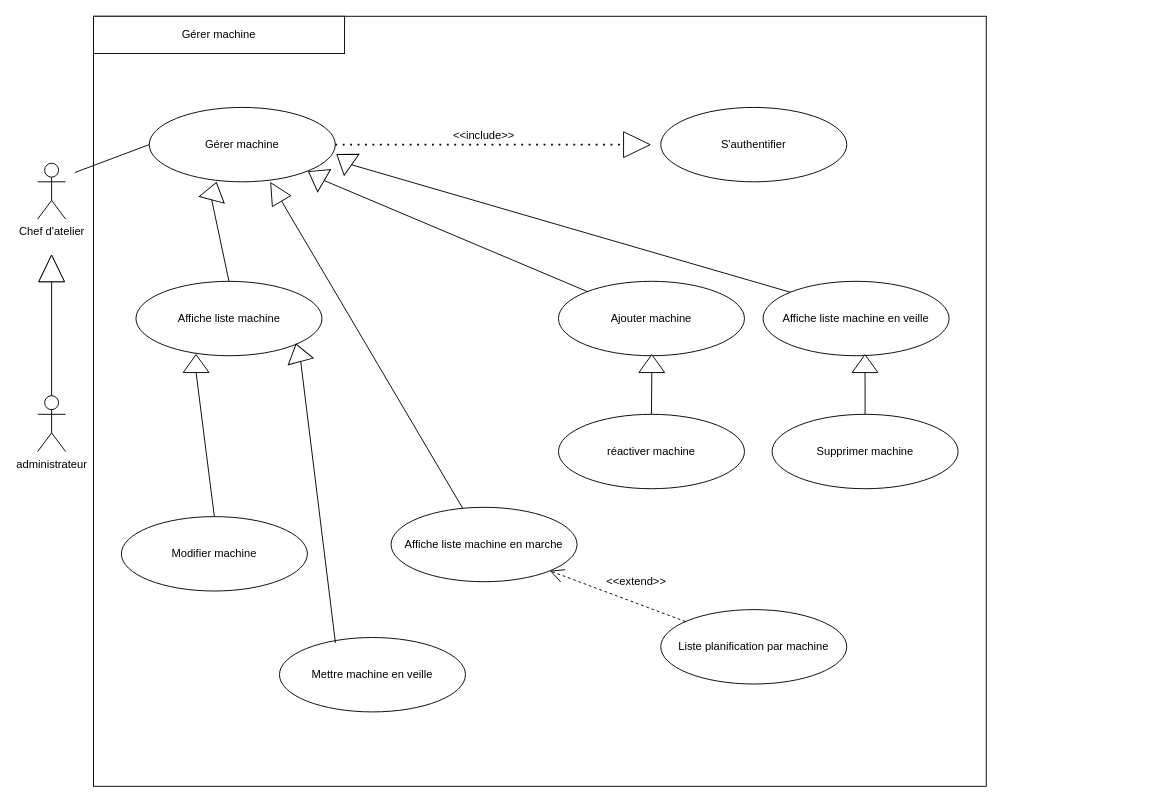
The draw.io diagram GererMachine.drawio in AbdelazizBs/GPAO-SpringApp, before the edit. Source tidied: cells renumbered, new cells numbered last; positions are measured from the earlier drawing's top-left corner, leaving out a move shared by most shapes. Both pictures are drawn from the tidied source at 93%, with x=0, y=0 at pixel (37, 16).
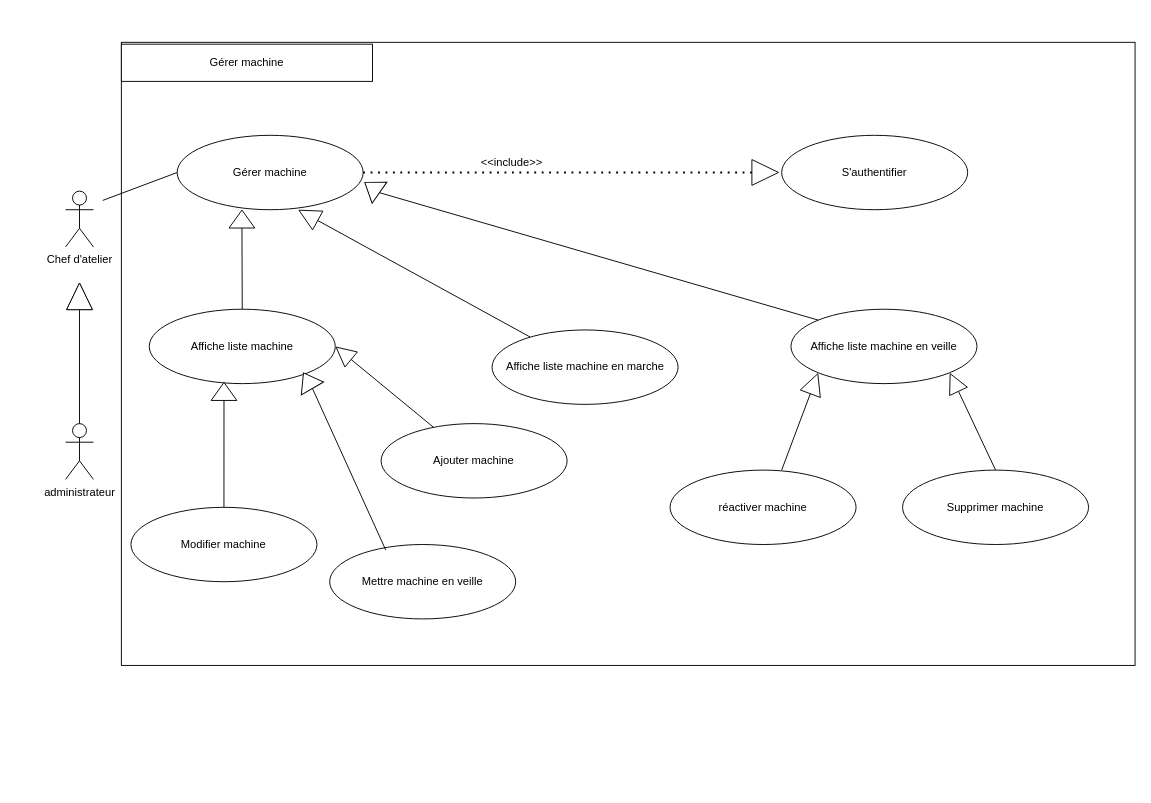
The same page after the edit.

Commit message:
Mettre à jour GererMachine.drawio

Change to the diagram source:
```diff
@@
     <mxCell id="2" style="rounded=0;whiteSpace=wrap;html=1;" parent="1" vertex="1">
-      <mxGeometry x="60" width="960" height="828" as="geometry" />
+      <mxGeometry x="90" y="28" width="1090" height="670" as="geometry" />
     </mxCell>
     <mxCell id="3" value="Chef d'atelier" style="shape=umlActor;verticalLabelPosition=bottom;verticalAlign=top;html=1;" parent="1" vertex="1">
-      <mxGeometry y="158" width="30" height="60" as="geometry" />
+      <mxGeometry x="30" y="188" width="30" height="60" as="geometry" />
     </mxCell>
     <mxCell id="4" value="administrateur" style="shape=umlActor;verticalLabelPosition=bottom;verticalAlign=top;html=1;outlineConnect=0;" parent="1" vertex="1">
-      <mxGeometry y="408" width="30" height="60" as="geometry" />
+      <mxGeometry x="30" y="438" width="30" height="60" as="geometry" />
     </mxCell>
     <mxCell id="5" value="Gérer machine" style="ellipse;whiteSpace=wrap;html=1;" parent="1" vertex="1">
-      <mxGeometry x="120" y="98" width="200" height="80" as="geometry" />
+      <mxGeometry x="150" y="128" width="200" height="80" as="geometry" />
     </mxCell>
-    <mxCell id="6" style="endArrow=none;html=1;rounded=0;entryX=0;entryY=0.5;entryDx=0;entryDy=0;" parent="1" edge="1" target="5">
-      <mxGeometry relative="1" as="geometry">
-        <mxPoint x="40" y="168" as="sourcePoint" />
-      </mxGeometry>
-    </mxCell>
+    <mxCell id="41" style="endArrow=none;html=1;rounded=0;entryX=0;entryY=0.5;entryDx=0;entryDy=0;" parent="1" edge="1" target="5">
+      <mxGeometry relative="1" as="geometry">
+        <mxPoint x="70" y="198" as="sourcePoint" />
+      </mxGeometry>
+    </mxCell>
     <mxCell id="7" value="S'authentifier" style="ellipse;whiteSpace=wrap;html=1;" parent="1" vertex="1">
-      <mxGeometry x="670" y="98" width="200" height="80" as="geometry" />
+      <mxGeometry x="800" y="128" width="200" height="80" as="geometry" />
     </mxCell>
+    <mxCell id="42" style="rounded=0;jettySize=auto;html=1;entryX=1;entryY=0.5;entryDx=0;entryDy=0;endArrow=block;endFill=0;endSize=20;" parent="1" edge="1" source="8" target="9">
+      <mxGeometry relative="1" as="geometry" />
+    </mxCell>
     <mxCell id="8" value="Ajouter machine" style="ellipse;whiteSpace=wrap;html=1;" parent="1" vertex="1">
-      <mxGeometry x="560" y="285" width="200" height="80" as="geometry" />
+      <mxGeometry x="369.3" y="438" width="200" height="80" as="geometry" />
     </mxCell>
     <mxCell id="9" value="Affiche liste machine" style="ellipse;whiteSpace=wrap;html=1;" parent="1" vertex="1">
-      <mxGeometry x="105.7" y="285" width="200" height="80" as="geometry" />
+      <mxGeometry x="120" y="315" width="200" height="80" as="geometry" />
     </mxCell>
-    <mxCell id="10" style="triangle;whiteSpace=wrap;html=1;rotation=-90;" parent="1" vertex="1">
-      <mxGeometry x="0.7" y="257.3" width="28.6" height="27.7" as="geometry" />
-    </mxCell>
-    <mxCell id="11" style="endArrow=none;html=1;rounded=0;exitX=0.5;exitY=0;exitDx=0;exitDy=0;exitPerimeter=0;entryX=0;entryY=0.5;entryDx=0;entryDy=0;" parent="1" edge="1" source="4" target="10">
-      <mxGeometry relative="1" as="geometry" />
-    </mxCell>
-    <mxCell id="12" style="triangle;whiteSpace=wrap;html=1;rotation=-90;" parent="1" vertex="1">
-      <mxGeometry x="0.7" y="257.3" width="28.6" height="27.7" as="geometry" />
-    </mxCell>
-    <mxCell id="13" style="triangle;whiteSpace=wrap;html=1;rotation=-75;" parent="1" vertex="1">
-      <mxGeometry x="180" y="174.2" width="19.3" height="27.7" as="geometry" />
-    </mxCell>
-    <mxCell id="14" style="triangle;whiteSpace=wrap;html=1;rotation=-145;" parent="1" vertex="1">
-      <mxGeometry x="320" y="140.3" width="19.3" height="27.7" as="geometry" />
-    </mxCell>
-    <mxCell id="15" style="endArrow=none;html=1;rounded=0;exitX=0.5;exitY=0;exitDx=0;exitDy=0;entryX=0;entryY=0.5;entryDx=0;entryDy=0;" parent="1" edge="1" source="9" target="13">
-      <mxGeometry relative="1" as="geometry" />
-    </mxCell>
-    <mxCell id="16" style="endArrow=none;html=1;rounded=0;entryX=0.303;entryY=0.476;entryDx=0;entryDy=0;entryPerimeter=0;" parent="1" edge="1" source="8" target="30">
-      <mxGeometry relative="1" as="geometry" />
-    </mxCell>
+    <mxCell id="43" style="triangle;whiteSpace=wrap;html=1;rotation=-90;" parent="1" vertex="1">
+      <mxGeometry x="30.7" y="287.3" width="28.6" height="27.7" as="geometry" />
+    </mxCell>
+    <mxCell id="44" style="endArrow=none;html=1;rounded=0;exitX=0.5;exitY=0;exitDx=0;exitDy=0;exitPerimeter=0;entryX=0;entryY=0.5;entryDx=0;entryDy=0;" parent="1" edge="1" source="4" target="43">
+      <mxGeometry relative="1" as="geometry" />
+    </mxCell>
+    <mxCell id="45" style="triangle;whiteSpace=wrap;html=1;rotation=-90;" parent="1" vertex="1">
+      <mxGeometry x="30.7" y="287.3" width="28.6" height="27.7" as="geometry" />
+    </mxCell>
+    <mxCell id="46" style="triangle;whiteSpace=wrap;html=1;rotation=-90;" parent="1" vertex="1">
+      <mxGeometry x="210" y="204.2" width="19.3" height="27.7" as="geometry" />
+    </mxCell>
+    <mxCell id="47" style="triangle;whiteSpace=wrap;html=1;rotation=-145;" parent="1" vertex="1">
+      <mxGeometry x="350" y="170.3" width="19.3" height="27.7" as="geometry" />
+    </mxCell>
+    <mxCell id="48" style="endArrow=none;html=1;rounded=0;exitX=0.5;exitY=0;exitDx=0;exitDy=0;entryX=0;entryY=0.5;entryDx=0;entryDy=0;" parent="1" edge="1" source="9" target="46">
+      <mxGeometry relative="1" as="geometry" />
+    </mxCell>
     <mxCell id="17" value="Mettre machine en veille" style="ellipse;whiteSpace=wrap;html=1;" parent="1" vertex="1">
-      <mxGeometry x="260" y="668" width="200" height="80" as="geometry" />
+      <mxGeometry x="314" y="568" width="200" height="80" as="geometry" />
     </mxCell>
     <mxCell id="18" value="Modifier machine" style="ellipse;whiteSpace=wrap;html=1;" parent="1" vertex="1">
-      <mxGeometry x="90" y="538" width="200" height="80" as="geometry" />
+      <mxGeometry x="100.3" y="528" width="200" height="80" as="geometry" />
     </mxCell>
-    <mxCell id="19" style="endArrow=none;dashed=1;html=1;dashPattern=1 3;strokeWidth=2;rounded=0;exitX=1;exitY=0.5;exitDx=0;exitDy=0;entryX=0;entryY=0.5;entryDx=0;entryDy=0;" parent="1" edge="1" source="5" target="20">
-      <mxGeometry relative="1" as="geometry" />
-    </mxCell>
-    <mxCell id="20" style="triangle;whiteSpace=wrap;html=1;rotation=0;" parent="1" vertex="1">
-      <mxGeometry x="630" y="124.2" width="28.6" height="27.7" as="geometry" />
-    </mxCell>
+    <mxCell id="49" style="endArrow=none;dashed=1;html=1;dashPattern=1 3;strokeWidth=2;rounded=0;exitX=1;exitY=0.5;exitDx=0;exitDy=0;entryX=0;entryY=0.5;entryDx=0;entryDy=0;" parent="1" edge="1" source="5" target="50">
+      <mxGeometry relative="1" as="geometry" />
+    </mxCell>
+    <mxCell id="50" style="triangle;whiteSpace=wrap;html=1;rotation=0;" parent="1" vertex="1">
+      <mxGeometry x="768" y="154.1" width="28.6" height="27.7" as="geometry" />
+    </mxCell>
     <mxCell id="21" value="&amp;lt;&amp;lt;include&amp;gt;&amp;gt;" style="text;html=1;strokeColor=none;fillColor=none;align=center;verticalAlign=middle;whiteSpace=wrap;rounded=0;" parent="1" vertex="1">
-      <mxGeometry x="460" y="118" width="40" height="20" as="geometry" />
+      <mxGeometry x="490" y="148" width="40" height="20" as="geometry" />
     </mxCell>
-    <mxCell id="22" style="triangle;whiteSpace=wrap;html=1;rotation=-105;" parent="1" vertex="1">
-      <mxGeometry x="270.7" y="348" width="19.3" height="27.7" as="geometry" />
-    </mxCell>
-    <mxCell id="23" style="triangle;whiteSpace=wrap;html=1;rotation=-90;" parent="1" vertex="1">
-      <mxGeometry x="160.7" y="359.6" width="19.3" height="27.7" as="geometry" />
-    </mxCell>
-    <mxCell id="24" style="endArrow=none;html=1;rounded=0;entryX=0;entryY=0.5;entryDx=0;entryDy=0;exitX=0.301;exitY=0.072;exitDx=0;exitDy=0;exitPerimeter=0;" parent="1" edge="1" source="17" target="22">
-      <mxGeometry relative="1" as="geometry" />
-    </mxCell>
-    <mxCell id="25" style="endArrow=none;html=1;rounded=0;entryX=0;entryY=0.5;entryDx=0;entryDy=0;exitX=0.5;exitY=0;exitDx=0;exitDy=0;" parent="1" edge="1" source="18" target="23">
-      <mxGeometry relative="1" as="geometry" />
-    </mxCell>
+    <mxCell id="51" style="triangle;whiteSpace=wrap;html=1;rotation=-120;" parent="1" vertex="1">
+      <mxGeometry x="281" y="378" width="19.3" height="27.7" as="geometry" />
+    </mxCell>
+    <mxCell id="52" style="triangle;whiteSpace=wrap;html=1;rotation=-90;" parent="1" vertex="1">
+      <mxGeometry x="190.7" y="389.6" width="19.3" height="27.7" as="geometry" />
+    </mxCell>
+    <mxCell id="53" style="endArrow=none;html=1;rounded=0;entryX=0;entryY=0.5;entryDx=0;entryDy=0;exitX=0.301;exitY=0.072;exitDx=0;exitDy=0;exitPerimeter=0;" parent="1" edge="1" source="17" target="51">
+      <mxGeometry relative="1" as="geometry" />
+    </mxCell>
+    <mxCell id="54" style="endArrow=none;html=1;rounded=0;entryX=0;entryY=0.5;entryDx=0;entryDy=0;exitX=0.5;exitY=0;exitDx=0;exitDy=0;" parent="1" edge="1" source="18" target="52">
+      <mxGeometry relative="1" as="geometry" />
+    </mxCell>
     <mxCell id="26" value="Gérer machine" style="rounded=0;whiteSpace=wrap;html=1;" parent="1" vertex="1">
-      <mxGeometry x="60" width="270" height="40" as="geometry" />
+      <mxGeometry x="90" y="30" width="270" height="40" as="geometry" />
     </mxCell>
     <mxCell id="27" value="Affiche liste machine en veille" style="ellipse;whiteSpace=wrap;html=1;" parent="1" vertex="1">
-      <mxGeometry x="780" y="285" width="200" height="80" as="geometry" />
+      <mxGeometry x="810" y="315" width="200" height="80" as="geometry" />
     </mxCell>
     <mxCell id="28" value="réactiver machine" style="ellipse;whiteSpace=wrap;html=1;" parent="1" vertex="1">
-      <mxGeometry x="560" y="428" width="200" height="80" as="geometry" />
+      <mxGeometry x="680" y="488" width="200" height="80" as="geometry" />
     </mxCell>
-    <mxCell id="29" style="endArrow=none;html=1;rounded=0;entryX=0;entryY=0.5;entryDx=0;entryDy=0;exitX=0;exitY=0;exitDx=0;exitDy=0;" parent="1" edge="1" source="27" target="14">
-      <mxGeometry relative="1" as="geometry" />
-    </mxCell>
-    <mxCell id="30" style="triangle;whiteSpace=wrap;html=1;rotation=-150;" parent="1" vertex="1">
-      <mxGeometry x="290" y="158" width="19.3" height="27.7" as="geometry" />
-    </mxCell>
+    <mxCell id="55" style="endArrow=none;html=1;rounded=0;entryX=0;entryY=0.5;entryDx=0;entryDy=0;exitX=0;exitY=0;exitDx=0;exitDy=0;" parent="1" edge="1" source="27" target="47">
+      <mxGeometry relative="1" as="geometry" />
+    </mxCell>
     <mxCell id="31" value="Supprimer machine" style="ellipse;whiteSpace=wrap;html=1;" parent="1" vertex="1">
-      <mxGeometry x="789.7" y="428" width="200" height="80" as="geometry" />
+      <mxGeometry x="930" y="488" width="200" height="80" as="geometry" />
     </mxCell>
-    <mxCell id="32" style="endArrow=none;html=1;rounded=0;exitX=0;exitY=0.5;exitDx=0;exitDy=0;entryX=0.5;entryY=0;entryDx=0;entryDy=0;" parent="1" edge="1" source="33" target="28">
-      <mxGeometry relative="1" as="geometry" />
-    </mxCell>
-    <mxCell id="33" style="triangle;whiteSpace=wrap;html=1;rotation=-90;" parent="1" vertex="1">
-      <mxGeometry x="650.7" y="359.6" width="19.3" height="27.7" as="geometry" />
-    </mxCell>
-    <mxCell id="34" style="endArrow=none;html=1;rounded=0;entryX=0.5;entryY=0;entryDx=0;entryDy=0;" parent="1" edge="1" source="35" target="31">
-      <mxGeometry relative="1" as="geometry" />
-    </mxCell>
-    <mxCell id="35" style="triangle;whiteSpace=wrap;html=1;rotation=-90;" parent="1" vertex="1">
-      <mxGeometry x="880" y="359.6" width="19.3" height="27.7" as="geometry" />
-    </mxCell>
-    <mxCell id="36" style="rounded=0;jettySize=auto;html=1;endArrow=block;endFill=0;endSize=22;" parent="1" edge="1" source="37">
-      <mxGeometry relative="1" as="geometry">
-        <mxPoint x="250" y="178" as="targetPoint" />
-      </mxGeometry>
-    </mxCell>
+    <mxCell id="56" style="rounded=0;jettySize=auto;html=1;endArrow=block;endFill=0;endSize=22;" parent="1" edge="1" source="37">
+      <mxGeometry relative="1" as="geometry">
+        <mxPoint x="280" y="208" as="targetPoint" />
+      </mxGeometry>
+    </mxCell>
     <mxCell id="37" value="Affiche liste machine en marche" style="ellipse;whiteSpace=wrap;html=1;" parent="1" vertex="1">
-      <mxGeometry x="380" y="528" width="200" height="80" as="geometry" />
+      <mxGeometry x="488.6" y="337.3" width="200" height="80" as="geometry" />
     </mxCell>
-    <mxCell id="38" style="rounded=0;jettySize=auto;html=1;entryX=1;entryY=1;entryDx=0;entryDy=0;endArrow=open;endFill=0;endSize=13;dashed=1;" parent="1" edge="1" source="39" target="37">
-      <mxGeometry relative="1" as="geometry" />
-    </mxCell>
-    <mxCell id="39" value="Liste planification par machine" style="ellipse;whiteSpace=wrap;html=1;" parent="1" vertex="1">
-      <mxGeometry x="670" y="638" width="200" height="80" as="geometry" />
-    </mxCell>
-    <mxCell id="40" value="&amp;lt;&amp;lt;extend&amp;gt;&amp;gt;" style="text;html=1;strokeColor=none;fillColor=none;align=center;verticalAlign=middle;whiteSpace=wrap;rounded=0;" parent="1" vertex="1">
-      <mxGeometry x="624.3" y="598" width="40" height="20" as="geometry" />
-    </mxCell>
+    <mxCell id="57" style="rounded=0;jettySize=auto;html=1;entryX=1;entryY=1;entryDx=0;entryDy=0;endArrow=block;endFill=0;endSize=20;exitX=0.5;exitY=0;exitDx=0;exitDy=0;" parent="1" edge="1" source="31" target="27">
+      <mxGeometry relative="1" as="geometry" />
+    </mxCell>
+    <mxCell id="58" style="rounded=0;jettySize=auto;html=1;entryX=0;entryY=1;entryDx=0;entryDy=0;endArrow=block;endFill=0;endSize=22;" parent="1" edge="1" target="27">
+      <mxGeometry relative="1" as="geometry">
+        <mxPoint x="800" y="488" as="sourcePoint" />
+      </mxGeometry>
+    </mxCell>
```
